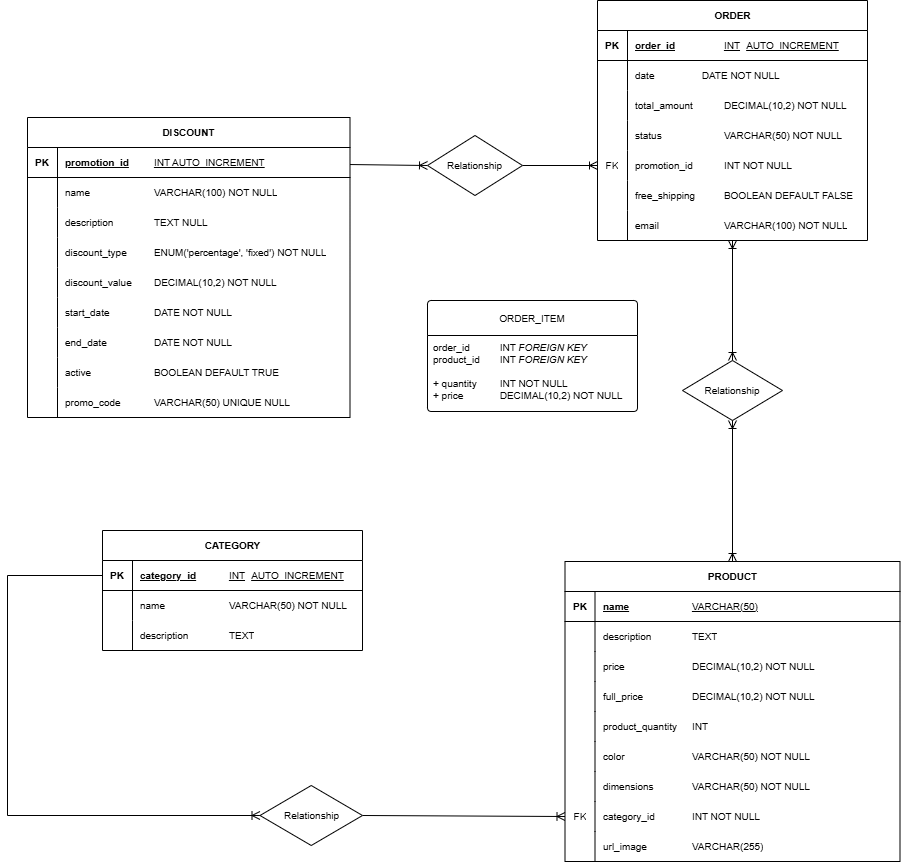
Earlier version of the draw.io export ER_DIAGRAM/dualia_db.png (Michecosa/team-1). Source tidied: cells renumbered, new cells last; positions are measured from the earlier drawing's top-left corner, leaving out a move shared by most shapes.
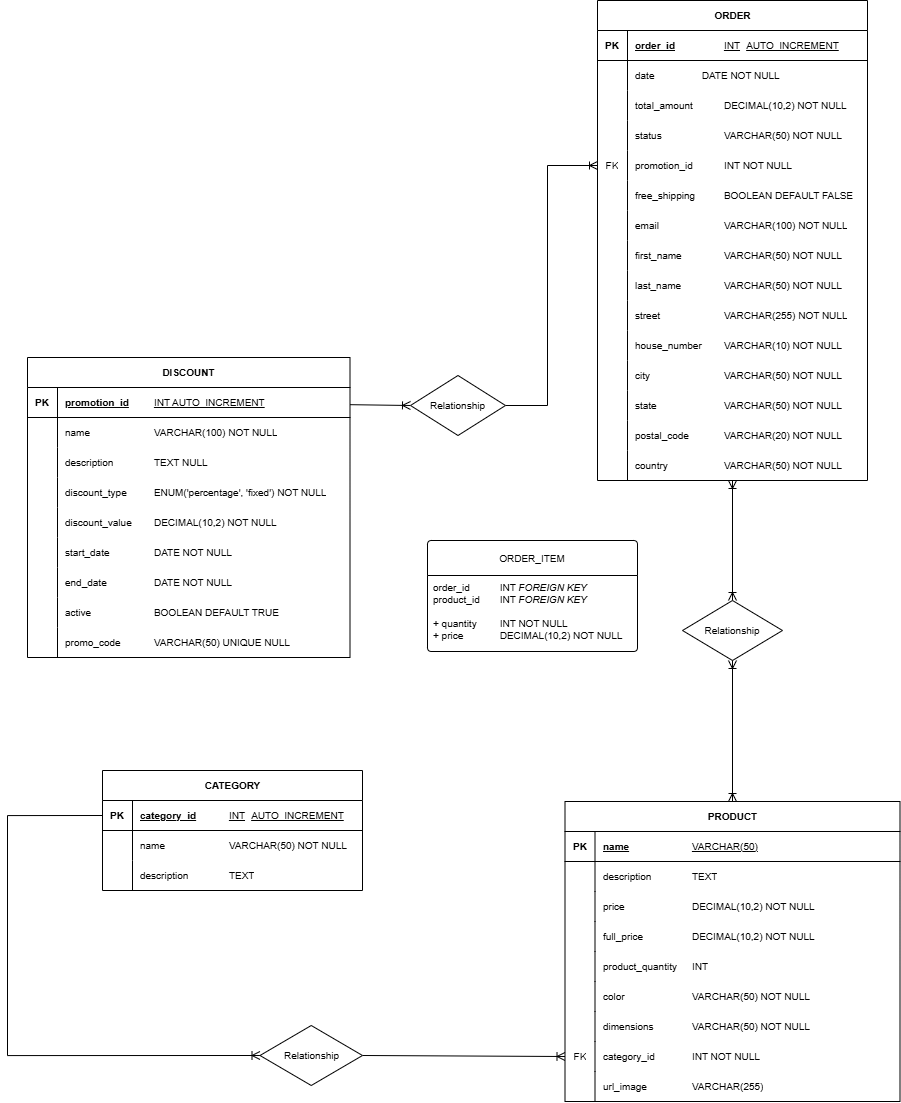
After the change.

The edit, as a diff of the source:
```diff
@@ -87,7 +87,7 @@
       <mxGeometry x="30" width="292.5" height="30" as="geometry" />
     </mxCell>
     <mxCell id="30" value="ORDER" style="shape=table;startSize=30;rowLines=0;fontStyle=1;align=center;html=1;fontSize=10;" parent="1" vertex="1">
-      <mxGeometry x="590" width="270" height="240" as="geometry" />
+      <mxGeometry x="590" y="-240" width="270" height="480" as="geometry" />
     </mxCell>
     <mxCell id="31" style="shape=tableRow;horizontal=0;startSize=0;swimlaneHead=0;swimlaneBody=0;fillColor=none;top=0;left=0;right=0;bottom=1;fontSize=10;" parent="30" vertex="1">
       <mxGeometry y="30" width="270" height="30" as="geometry" />
@@ -152,6 +152,78 @@
     <mxCell id="51" value="email&lt;span style=&quot;white-space: pre;&quot;&gt;&#9;&lt;/span&gt;&lt;span style=&quot;white-space: pre;&quot;&gt;&#9;&lt;/span&gt;&lt;span style=&quot;white-space: pre;&quot;&gt;&#9;&lt;/span&gt;VARCHAR(100) NOT NULL" style="shape=partialRectangle;fillColor=none;top=0;left=0;bottom=0;right=0;align=left;spacingLeft=6;overflow=hidden;whiteSpace=wrap;html=1;fontSize=10;" parent="49" vertex="1">
       <mxGeometry x="30" width="240" height="30" as="geometry" />
     </mxCell>
+    <mxCell id="103" style="shape=tableRow;horizontal=0;startSize=0;swimlaneHead=0;swimlaneBody=0;fillColor=none;top=0;left=0;right=0;bottom=0;fontSize=10;" parent="30" vertex="1">
+      <mxGeometry y="240" width="270" height="30" as="geometry" />
+    </mxCell>
+    <mxCell id="104" style="shape=partialRectangle;fillColor=none;top=0;left=0;bottom=0;right=0;overflow=hidden;whiteSpace=wrap;html=1;fontSize=10;" parent="103" vertex="1">
+      <mxGeometry width="30" height="30" as="geometry" />
+    </mxCell>
+    <mxCell id="105" value="first_name&lt;span style=&quot;white-space: pre;&quot;&gt;&#9;&lt;/span&gt;&lt;span style=&quot;white-space: pre;&quot;&gt;&#9;&lt;/span&gt;VARCHAR(50) NOT NULL" style="shape=partialRectangle;fillColor=none;top=0;left=0;bottom=0;right=0;align=left;spacingLeft=6;overflow=hidden;whiteSpace=wrap;html=1;fontSize=10;" parent="103" vertex="1">
+      <mxGeometry x="30" width="240" height="30" as="geometry" />
+    </mxCell>
+    <mxCell id="106" style="shape=tableRow;horizontal=0;startSize=0;swimlaneHead=0;swimlaneBody=0;fillColor=none;top=0;left=0;right=0;bottom=0;fontSize=10;" parent="30" vertex="1">
+      <mxGeometry y="270" width="270" height="30" as="geometry" />
+    </mxCell>
+    <mxCell id="107" style="shape=partialRectangle;fillColor=none;top=0;left=0;bottom=0;right=0;overflow=hidden;whiteSpace=wrap;html=1;fontSize=10;" parent="106" vertex="1">
+      <mxGeometry width="30" height="30" as="geometry" />
+    </mxCell>
+    <mxCell id="108" value="last_name&lt;span style=&quot;white-space: pre;&quot;&gt;&#9;&lt;/span&gt;&lt;span style=&quot;white-space: pre;&quot;&gt;&#9;&lt;/span&gt;VARCHAR(50) NOT NULL" style="shape=partialRectangle;fillColor=none;top=0;left=0;bottom=0;right=0;align=left;spacingLeft=6;overflow=hidden;whiteSpace=wrap;html=1;fontSize=10;" parent="106" vertex="1">
+      <mxGeometry x="30" width="240" height="30" as="geometry" />
+    </mxCell>
+    <mxCell id="109" style="shape=tableRow;horizontal=0;startSize=0;swimlaneHead=0;swimlaneBody=0;fillColor=none;top=0;left=0;right=0;bottom=0;fontSize=10;" parent="30" vertex="1">
+      <mxGeometry y="300" width="270" height="30" as="geometry" />
+    </mxCell>
+    <mxCell id="110" style="shape=partialRectangle;fillColor=none;top=0;left=0;bottom=0;right=0;overflow=hidden;whiteSpace=wrap;html=1;fontSize=10;" parent="109" vertex="1">
+      <mxGeometry width="30" height="30" as="geometry" />
+    </mxCell>
+    <mxCell id="111" value="street&lt;span style=&quot;white-space: pre;&quot;&gt;&#9;&lt;/span&gt;&lt;span style=&quot;white-space: pre;&quot;&gt;&#9;&lt;/span&gt;&lt;span style=&quot;white-space: pre;&quot;&gt;&#9;&lt;/span&gt;VARCHAR(255) NOT NULL" style="shape=partialRectangle;fillColor=none;top=0;left=0;bottom=0;right=0;align=left;spacingLeft=6;overflow=hidden;whiteSpace=wrap;html=1;fontSize=10;" parent="109" vertex="1">
+      <mxGeometry x="30" width="240" height="30" as="geometry" />
+    </mxCell>
+    <mxCell id="112" style="shape=tableRow;horizontal=0;startSize=0;swimlaneHead=0;swimlaneBody=0;fillColor=none;top=0;left=0;right=0;bottom=0;fontSize=10;" parent="30" vertex="1">
+      <mxGeometry y="330" width="270" height="30" as="geometry" />
+    </mxCell>
+    <mxCell id="113" style="shape=partialRectangle;fillColor=none;top=0;left=0;bottom=0;right=0;overflow=hidden;whiteSpace=wrap;html=1;fontSize=10;" parent="112" vertex="1">
+      <mxGeometry width="30" height="30" as="geometry" />
+    </mxCell>
+    <mxCell id="114" value="house_number&lt;span style=&quot;white-space: pre;&quot;&gt;&#9;&lt;/span&gt;VARCHAR(10) NOT NULL" style="shape=partialRectangle;fillColor=none;top=0;left=0;bottom=0;right=0;align=left;spacingLeft=6;overflow=hidden;whiteSpace=wrap;html=1;fontSize=10;" parent="112" vertex="1">
+      <mxGeometry x="30" width="240" height="30" as="geometry" />
+    </mxCell>
+    <mxCell id="115" style="shape=tableRow;horizontal=0;startSize=0;swimlaneHead=0;swimlaneBody=0;fillColor=none;top=0;left=0;right=0;bottom=0;fontSize=10;" parent="30" vertex="1">
+      <mxGeometry y="360" width="270" height="30" as="geometry" />
+    </mxCell>
+    <mxCell id="116" style="shape=partialRectangle;fillColor=none;top=0;left=0;bottom=0;right=0;overflow=hidden;whiteSpace=wrap;html=1;fontSize=10;" parent="115" vertex="1">
+      <mxGeometry width="30" height="30" as="geometry" />
+    </mxCell>
+    <mxCell id="117" value="city&lt;span style=&quot;white-space: pre;&quot;&gt;&#9;&lt;/span&gt;&lt;span style=&quot;white-space: pre;&quot;&gt;&#9;&lt;/span&gt;&lt;span style=&quot;white-space: pre;&quot;&gt;&#9;&lt;/span&gt;&lt;span style=&quot;white-space: pre;&quot;&gt;&#9;&lt;/span&gt;VARCHAR(50) NOT NULL" style="shape=partialRectangle;fillColor=none;top=0;left=0;bottom=0;right=0;align=left;spacingLeft=6;overflow=hidden;whiteSpace=wrap;html=1;fontSize=10;" parent="115" vertex="1">
+      <mxGeometry x="30" width="240" height="30" as="geometry" />
+    </mxCell>
+    <mxCell id="118" style="shape=tableRow;horizontal=0;startSize=0;swimlaneHead=0;swimlaneBody=0;fillColor=none;top=0;left=0;right=0;bottom=0;fontSize=10;" parent="30" vertex="1">
+      <mxGeometry y="390" width="270" height="30" as="geometry" />
+    </mxCell>
+    <mxCell id="119" style="shape=partialRectangle;fillColor=none;top=0;left=0;bottom=0;right=0;overflow=hidden;whiteSpace=wrap;html=1;fontSize=10;" parent="118" vertex="1">
+      <mxGeometry width="30" height="30" as="geometry" />
+    </mxCell>
+    <mxCell id="120" value="state&lt;span style=&quot;white-space: pre;&quot;&gt;&#9;&lt;/span&gt;&lt;span style=&quot;white-space: pre;&quot;&gt;&#9;&lt;/span&gt;&lt;span style=&quot;white-space: pre;&quot;&gt;&#9;&lt;/span&gt;VARCHAR(50) NOT NULL" style="shape=partialRectangle;fillColor=none;top=0;left=0;bottom=0;right=0;align=left;spacingLeft=6;overflow=hidden;whiteSpace=wrap;html=1;fontSize=10;" parent="118" vertex="1">
+      <mxGeometry x="30" width="240" height="30" as="geometry" />
+    </mxCell>
+    <mxCell id="121" style="shape=tableRow;horizontal=0;startSize=0;swimlaneHead=0;swimlaneBody=0;fillColor=none;top=0;left=0;right=0;bottom=0;fontSize=10;" parent="30" vertex="1">
+      <mxGeometry y="420" width="270" height="30" as="geometry" />
+    </mxCell>
+    <mxCell id="122" style="shape=partialRectangle;fillColor=none;top=0;left=0;bottom=0;right=0;overflow=hidden;whiteSpace=wrap;html=1;fontSize=10;" parent="121" vertex="1">
+      <mxGeometry width="30" height="30" as="geometry" />
+    </mxCell>
+    <mxCell id="123" value="postal_code&lt;span style=&quot;white-space: pre;&quot;&gt;&#9;&lt;/span&gt;&lt;span style=&quot;white-space: pre;&quot;&gt;&#9;&lt;/span&gt;VARCHAR(20) NOT NULL" style="shape=partialRectangle;fillColor=none;top=0;left=0;bottom=0;right=0;align=left;spacingLeft=6;overflow=hidden;whiteSpace=wrap;html=1;fontSize=10;" parent="121" vertex="1">
+      <mxGeometry x="30" width="240" height="30" as="geometry" />
+    </mxCell>
+    <mxCell id="124" style="shape=tableRow;horizontal=0;startSize=0;swimlaneHead=0;swimlaneBody=0;fillColor=none;top=0;left=0;right=0;bottom=0;fontSize=10;" parent="30" vertex="1">
+      <mxGeometry y="450" width="270" height="30" as="geometry" />
+    </mxCell>
+    <mxCell id="125" style="shape=partialRectangle;fillColor=none;top=0;left=0;bottom=0;right=0;overflow=hidden;whiteSpace=wrap;html=1;fontSize=10;" parent="124" vertex="1">
+      <mxGeometry width="30" height="30" as="geometry" />
+    </mxCell>
+    <mxCell id="126" value="country&lt;span style=&quot;white-space: pre;&quot;&gt;&#9;&lt;/span&gt;&lt;span style=&quot;white-space: pre;&quot;&gt;&#9;&lt;/span&gt;&lt;span style=&quot;white-space: pre;&quot;&gt;&#9;&lt;/span&gt;VARCHAR(50) NOT NULL" style="shape=partialRectangle;fillColor=none;top=0;left=0;bottom=0;right=0;align=left;spacingLeft=6;overflow=hidden;whiteSpace=wrap;html=1;fontSize=10;" parent="124" vertex="1">
+      <mxGeometry x="30" width="240" height="30" as="geometry" />
+    </mxCell>
     <mxCell id="52" value="PRODUCT" style="shape=table;startSize=30;rowLines=0;fontStyle=1;align=center;html=1;fontSize=10;" parent="1" vertex="1">
       <mxGeometry x="557.5" y="561" width="335" height="300" as="geometry" />
     </mxCell>
@@ -267,13 +339,18 @@
       <mxGeometry x="30" width="230" height="30" as="geometry" />
     </mxCell>
     <mxCell id="90" style="fontSize=10;html=1;endArrow=ERoneToMany;rounded=0;exitX=1;exitY=0.5;exitDx=0;exitDy=0;entryX=0;entryY=0.5;entryDx=0;entryDy=0;" parent="1" edge="1" source="92" target="43">
-      <mxGeometry relative="1" as="geometry" />
+      <mxGeometry relative="1" as="geometry">
+        <Array as="points">
+          <mxPoint x="540" y="165" />
+          <mxPoint x="540" y="-75" />
+        </Array>
+      </mxGeometry>
     </mxCell>
     <mxCell id="91" style="fontSize=10;html=1;endArrow=ERoneToMany;rounded=0;entryX=0;entryY=0.5;entryDx=0;entryDy=0;" parent="1" edge="1" source="3" target="92">
       <mxGeometry relative="1" as="geometry" />
     </mxCell>
     <mxCell id="92" value="Relationship" style="shape=rhombus;perimeter=rhombusPerimeter;whiteSpace=wrap;html=1;align=center;fontSize=10;" parent="1" vertex="1">
-      <mxGeometry x="420" y="135" width="95" height="60" as="geometry" />
+      <mxGeometry x="403" y="135" width="95" height="60" as="geometry" />
     </mxCell>
     <mxCell id="93" style="fontSize=10;html=1;endArrow=ERoneToMany;rounded=0;entryX=0.5;entryY=0;entryDx=0;entryDy=0;startArrow=ERoneToMany;startFill=0;" parent="1" edge="1" target="94">
       <mxGeometry relative="1" as="geometry">
```
